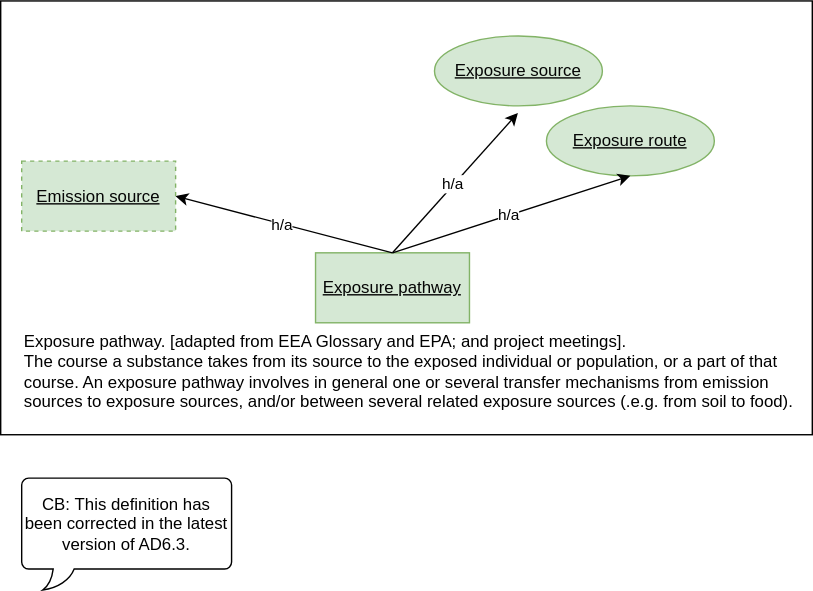
Earlier version of the draw.io export sub-group-exposure-pathway.drawio.svg (eu-parc/aggregate-exposure-modelling). Source tidied: cells renumbered, new cells last; positions are measured from the earlier drawing's top-left corner, leaving out a move shared by most shapes. Its diagram source:
```xml
<mxGraphModel>
  <root>
    <mxCell id="0" />
    <mxCell id="1" parent="0" />
    <mxCell id="2" style="rounded=0;whiteSpace=wrap;html=1;" parent="1" vertex="1">
      <mxGeometry width="580" height="310" as="geometry" />
    </mxCell>
    <mxCell id="3" value="Exposure route" style="ellipse;whiteSpace=wrap;html=1;fillColor=#d5e8d4;strokeColor=#82b366;fontStyle=4;fontColor=#050505;" parent="1" vertex="1">
      <mxGeometry x="390" y="75" width="120" height="50" as="geometry" />
    </mxCell>
    <mxCell id="4" value="Emission source" style="rounded=0;whiteSpace=wrap;html=1;fillColor=#d5e8d4;strokeColor=#82b366;fontStyle=4;dashed=1;fontColor=#050505;" parent="1" vertex="1">
      <mxGeometry x="15" y="114.5" width="110" height="50" as="geometry" />
    </mxCell>
    <mxCell id="5" value="Exposure pathway" style="rounded=0;whiteSpace=wrap;html=1;fillColor=#d5e8d4;strokeColor=#82b366;fontStyle=4;fontColor=#050505;" parent="1" vertex="1">
      <mxGeometry x="225" y="180" width="110" height="50" as="geometry" />
    </mxCell>
    <mxCell id="6" style="endArrow=classic;html=1;rounded=0;entryX=1;entryY=0.5;entryDx=0;entryDy=0;exitX=0.5;exitY=0;exitDx=0;exitDy=0;" parent="1" edge="1" source="5" target="4">
      <mxGeometry relative="1" as="geometry" />
    </mxCell>
    <mxCell id="7" value="h/a" style="edgeLabel;html=1;align=center;verticalAlign=middle;" parent="6" vertex="1">
      <mxGeometry relative="1" as="geometry">
        <mxPoint x="-2" as="offset" />
      </mxGeometry>
    </mxCell>
    <mxCell id="8" value="Exposure pathway. [adapted from EEA Glossary and EPA; and project meetings]. &#10;The course a substance takes from its source to the exposed individual or population, or a part of that course. An exposure pathway involves in general one or several transfer mechanisms from emission sources to exposure sources, and/or between several related exposure sources (.e.g. from soil to food)." style="text;whiteSpace=wrap;html=1;" parent="1" vertex="1">
      <mxGeometry x="15" y="230" width="565" height="70" as="geometry" />
    </mxCell>
    <mxCell id="9" style="endArrow=classic;html=1;rounded=0;entryX=0.497;entryY=1.1;entryDx=0;entryDy=0;exitX=0.5;exitY=0;exitDx=0;exitDy=0;entryPerimeter=0;" parent="1" edge="1" source="5" target="13">
      <mxGeometry relative="1" as="geometry" />
    </mxCell>
    <mxCell id="10" value="h/a" style="edgeLabel;html=1;align=center;verticalAlign=middle;" parent="9" vertex="1">
      <mxGeometry relative="1" as="geometry">
        <mxPoint x="-2" as="offset" />
      </mxGeometry>
    </mxCell>
    <mxCell id="11" style="endArrow=classic;html=1;rounded=0;entryX=0.5;entryY=1;entryDx=0;entryDy=0;exitX=0.5;exitY=0;exitDx=0;exitDy=0;" parent="1" edge="1" source="5" target="3">
      <mxGeometry relative="1" as="geometry" />
    </mxCell>
    <mxCell id="12" value="h/a" style="edgeLabel;html=1;align=center;verticalAlign=middle;" parent="11" vertex="1">
      <mxGeometry relative="1" as="geometry">
        <mxPoint x="-2" as="offset" />
      </mxGeometry>
    </mxCell>
    <mxCell id="13" value="Exposure source" style="ellipse;whiteSpace=wrap;html=1;fillColor=#d5e8d4;strokeColor=#82b366;fontStyle=4;fontColor=#050505;" parent="1" vertex="1">
      <mxGeometry x="310" y="25" width="120" height="50" as="geometry" />
    </mxCell>
    <mxCell id="14" value="CB:&amp;nbsp;This definition has been corrected in the latest version of AD6.3." style="whiteSpace=wrap;html=1;shape=mxgraph.basic.roundRectCallout;dx=30;dy=15;size=5;boundedLbl=1;" parent="1" vertex="1">
      <mxGeometry x="15" y="341" width="150" height="80" as="geometry" />
    </mxCell>
  </root>
</mxGraphModel>
```
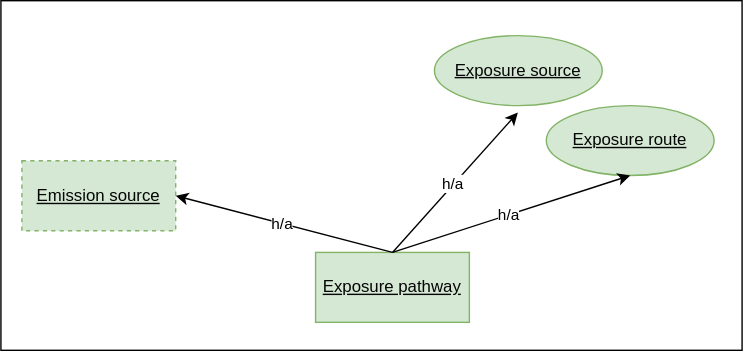
After the commit.

Commit message:
Create separate csv file with definitions of terms (glossary/vocabulary) (#11)

The edit, as a diff of the source:
```diff
@@ -3,7 +3,7 @@
     <mxCell id="0" />
     <mxCell id="1" parent="0" />
     <mxCell id="2" style="rounded=0;whiteSpace=wrap;html=1;" parent="1" vertex="1">
-      <mxGeometry width="580" height="310" as="geometry" />
+      <mxGeometry width="530" height="250" as="geometry" />
     </mxCell>
     <mxCell id="3" value="Exposure route" style="ellipse;whiteSpace=wrap;html=1;fillColor=#d5e8d4;strokeColor=#82b366;fontStyle=4;fontColor=#050505;" parent="1" vertex="1">
       <mxGeometry x="390" y="75" width="120" height="50" as="geometry" />
@@ -22,9 +22,6 @@
         <mxPoint x="-2" as="offset" />
       </mxGeometry>
     </mxCell>
-    <mxCell id="8" value="Exposure pathway. [adapted from EEA Glossary and EPA; and project meetings]. &#10;The course a substance takes from its source to the exposed individual or population, or a part of that course. An exposure pathway involves in general one or several transfer mechanisms from emission sources to exposure sources, and/or between several related exposure sources (.e.g. from soil to food)." style="text;whiteSpace=wrap;html=1;" parent="1" vertex="1">
-      <mxGeometry x="15" y="230" width="565" height="70" as="geometry" />
-    </mxCell>
     <mxCell id="9" style="endArrow=classic;html=1;rounded=0;entryX=0.497;entryY=1.1;entryDx=0;entryDy=0;exitX=0.5;exitY=0;exitDx=0;exitDy=0;entryPerimeter=0;" parent="1" edge="1" source="5" target="13">
       <mxGeometry relative="1" as="geometry" />
     </mxCell>
@@ -44,8 +41,5 @@
     <mxCell id="13" value="Exposure source" style="ellipse;whiteSpace=wrap;html=1;fillColor=#d5e8d4;strokeColor=#82b366;fontStyle=4;fontColor=#050505;" parent="1" vertex="1">
       <mxGeometry x="310" y="25" width="120" height="50" as="geometry" />
     </mxCell>
-    <mxCell id="14" value="CB:&amp;nbsp;This definition has been corrected in the latest version of AD6.3." style="whiteSpace=wrap;html=1;shape=mxgraph.basic.roundRectCallout;dx=30;dy=15;size=5;boundedLbl=1;" parent="1" vertex="1">
-      <mxGeometry x="15" y="341" width="150" height="80" as="geometry" />
-    </mxCell>
   </root>
 </mxGraphModel>
```
